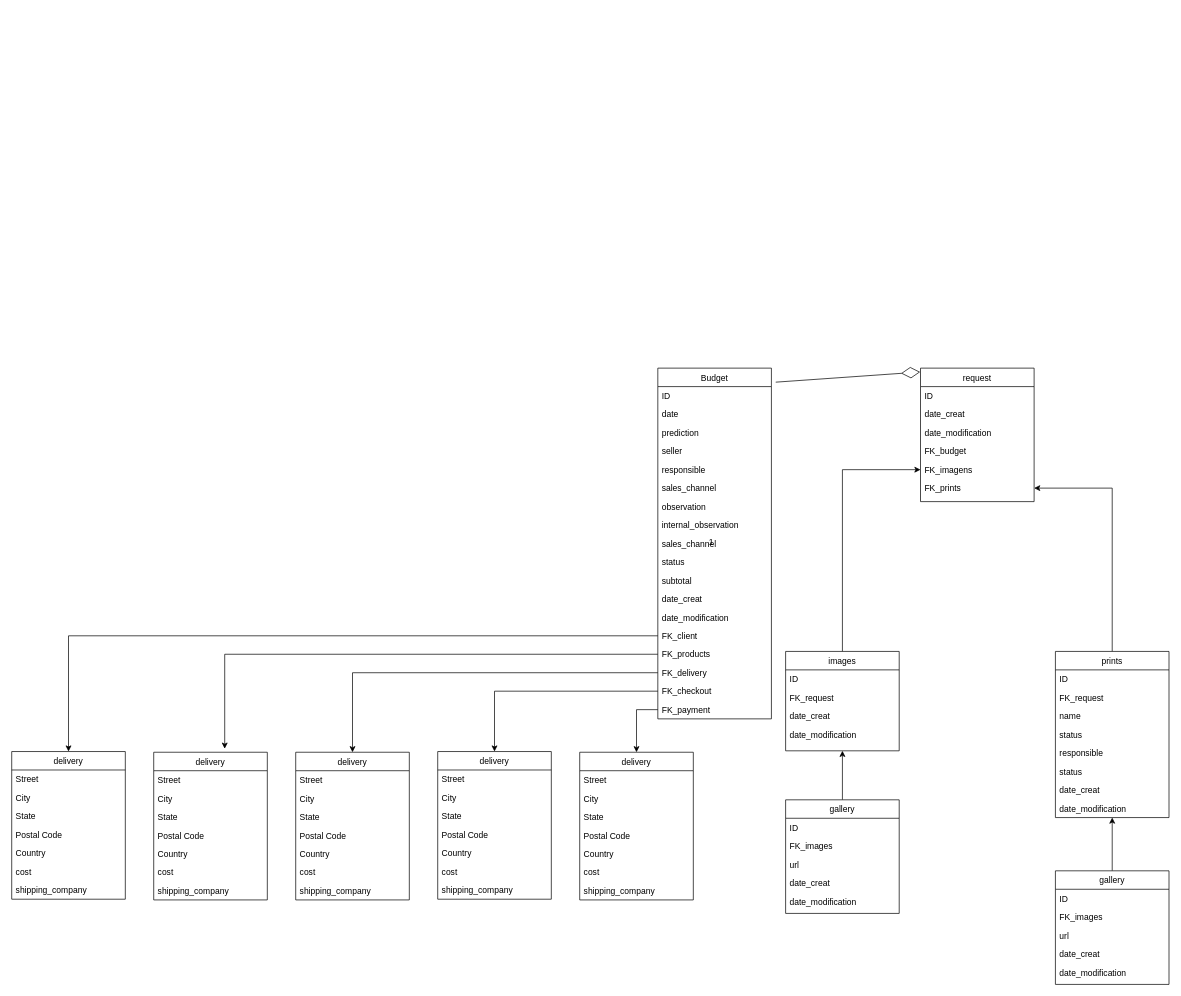
Earlier version of the draw.io diagram Diagrama sem nome.drawio (Ninguem2k/Aula-platica-POO-JAVA). Source tidied: cells renumbered, new cells numbered last; positions are measured from the earlier drawing's top-left corner, leaving out a move shared by most shapes. Both pictures are drawn from the tidied source at 71%, with x=0, y=0 at pixel (11, 368).
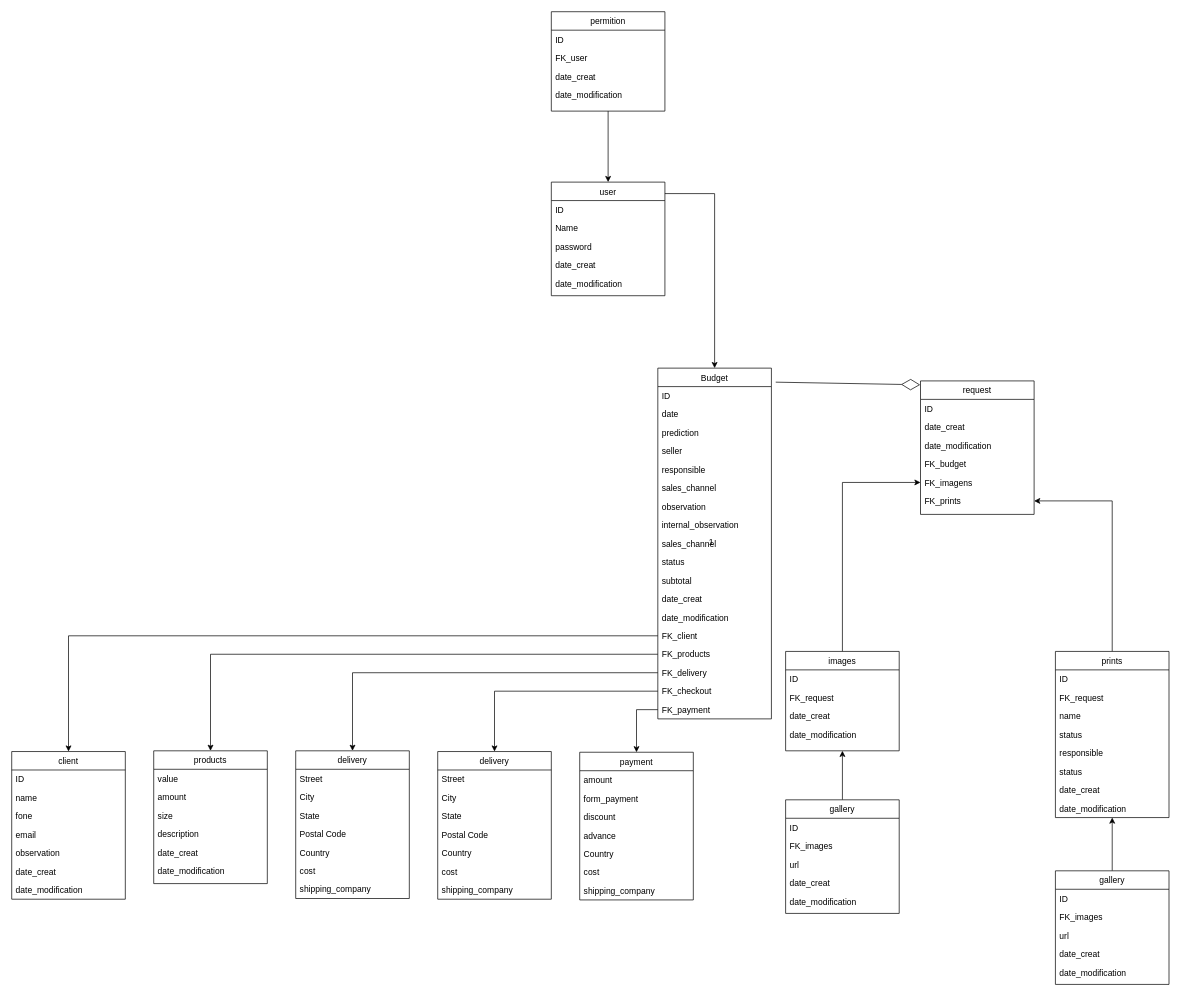
After the change.

Unchanged cells that the change refers to:
```xml
<mxCell id="10" value="Budget" style="swimlane;fontStyle=0;align=center;verticalAlign=top;horizontal=1;startSize=26;rounded=0;shadow=0;strokeWidth=1;" parent="1" vertex="1">
  <mxGeometry x="910" width="160" height="494" as="geometry" />
</mxCell>
<mxCell id="25" value="FK_products" style="text;align=left;verticalAlign=top;spacingLeft=4;spacingRight=4;overflow=hidden;points=[[0,0.5],[1,0.5]];portConstraint=eastwest;rounded=0;shadow=0;html=0;" parent="10" vertex="1">
  <mxGeometry y="390" width="160" height="26" as="geometry" />
</mxCell>
<mxCell id="26" value="FK_delivery" style="text;align=left;verticalAlign=top;spacingLeft=4;spacingRight=4;overflow=hidden;points=[[0,0.5],[1,0.5]];portConstraint=eastwest;rounded=0;shadow=0;html=0;" parent="10" vertex="1">
  <mxGeometry y="416" width="160" height="26" as="geometry" />
</mxCell>
```

Diff of the diagram source:
```diff
@@
-    <mxCell id="36" value="delivery" style="swimlane;fontStyle=0;align=center;verticalAlign=top;horizontal=1;startSize=26;rounded=0;shadow=0;strokeWidth=1;" parent="1" vertex="1">
-      <mxGeometry x="400" y="541" width="160" height="208" as="geometry" />
+    <mxCell id="36" value="products" style="swimlane;fontStyle=0;align=center;verticalAlign=top;horizontal=1;startSize=26;rounded=0;shadow=0;strokeWidth=1;" parent="1" vertex="1">
+      <mxGeometry x="200" y="539" width="160" height="187" as="geometry" />
     </mxCell>
-    <mxCell id="37" value="Street" style="text;align=left;verticalAlign=top;spacingLeft=4;spacingRight=4;overflow=hidden;" parent="36" vertex="1">
-      <mxGeometry y="26" width="160" height="26" as="geometry" />
-    </mxCell>
-    <mxCell id="38" value="City" style="text;align=left;verticalAlign=top;spacingLeft=4;spacingRight=4;overflow=hidden;rounded=0;shadow=0;html=0;" parent="36" vertex="1">
-      <mxGeometry y="52" width="160" height="26" as="geometry" />
+    <mxCell id="38" value="value" style="text;align=left;verticalAlign=top;spacingLeft=4;spacingRight=4;overflow=hidden;rounded=0;shadow=0;html=0;" parent="36" vertex="1">
+      <mxGeometry y="26" width="160" height="26" as="geometry" />
     </mxCell>
-    <mxCell id="39" value="State" style="text;align=left;verticalAlign=top;spacingLeft=4;spacingRight=4;overflow=hidden;rounded=0;shadow=0;html=0;" parent="36" vertex="1">
-      <mxGeometry y="78" width="160" height="26" as="geometry" />
+    <mxCell id="39" value="amount" style="text;align=left;verticalAlign=top;spacingLeft=4;spacingRight=4;overflow=hidden;rounded=0;shadow=0;html=0;" parent="36" vertex="1">
+      <mxGeometry y="52" width="160" height="26" as="geometry" />
     </mxCell>
-    <mxCell id="40" value="Postal Code" style="text;align=left;verticalAlign=top;spacingLeft=4;spacingRight=4;overflow=hidden;rounded=0;shadow=0;html=0;" parent="36" vertex="1">
-      <mxGeometry y="104" width="160" height="26" as="geometry" />
+    <mxCell id="40" value="size" style="text;align=left;verticalAlign=top;spacingLeft=4;spacingRight=4;overflow=hidden;rounded=0;shadow=0;html=0;" parent="36" vertex="1">
+      <mxGeometry y="78" width="160" height="26" as="geometry" />
     </mxCell>
-    <mxCell id="41" value="Country" style="text;align=left;verticalAlign=top;spacingLeft=4;spacingRight=4;overflow=hidden;rounded=0;shadow=0;html=0;" parent="36" vertex="1">
-      <mxGeometry y="130" width="160" height="26" as="geometry" />
-    </mxCell>
-    <mxCell id="42" value="cost&#10;" style="text;align=left;verticalAlign=top;spacingLeft=4;spacingRight=4;overflow=hidden;rounded=0;shadow=0;html=0;" parent="36" vertex="1">
-      <mxGeometry y="156" width="160" height="26" as="geometry" />
-    </mxCell>
-    <mxCell id="43" value="shipping_company" style="text;align=left;verticalAlign=top;spacingLeft=4;spacingRight=4;overflow=hidden;rounded=0;shadow=0;html=0;" parent="36" vertex="1">
-      <mxGeometry y="182" width="160" height="26" as="geometry" />
-    </mxCell>
+    <mxCell id="37" value="description" style="text;align=left;verticalAlign=top;spacingLeft=4;spacingRight=4;overflow=hidden;" parent="36" vertex="1">
+      <mxGeometry y="104" width="160" height="26" as="geometry" />
+    </mxCell>
+    <mxCell id="105" value="date_creat" style="text;align=left;verticalAlign=top;spacingLeft=4;spacingRight=4;overflow=hidden;rounded=0;shadow=0;html=0;" parent="36" vertex="1">
+      <mxGeometry y="130" width="160" height="26" as="geometry" />
+    </mxCell>
+    <mxCell id="106" value="date_modification" style="text;align=left;verticalAlign=top;spacingLeft=4;spacingRight=4;overflow=hidden;rounded=0;shadow=0;html=0;" parent="36" vertex="1">
+      <mxGeometry y="156" width="160" height="26" as="geometry" />
+    </mxCell>
-    <mxCell id="44" style="edgeStyle=orthogonalEdgeStyle;rounded=0;jettySize=auto;html=1;" parent="1" edge="1" source="26" target="36">
+    <mxCell id="44" style="edgeStyle=orthogonalEdgeStyle;rounded=0;jettySize=auto;html=1;entryX=0.5;entryY=0;entryDx=0;entryDy=0;" parent="1" edge="1" source="26" target="52">
       <mxGeometry relative="1" as="geometry" />
     </mxCell>
     <mxCell id="45" value="request&#10;" style="swimlane;fontStyle=0;align=center;verticalAlign=top;horizontal=1;startSize=26;rounded=0;shadow=0;strokeWidth=1;" parent="1" vertex="1">
-      <mxGeometry x="1280" width="160" height="188" as="geometry" />
+      <mxGeometry x="1280" y="18" width="160" height="188" as="geometry" />
     </mxCell>
@@
     <mxCell id="52" value="delivery" style="swimlane;fontStyle=0;align=center;verticalAlign=top;horizontal=1;startSize=26;rounded=0;shadow=0;strokeWidth=1;" parent="1" vertex="1">
-      <mxGeometry x="200" y="541" width="160" height="208" as="geometry" />
+      <mxGeometry x="400" y="539" width="160" height="208" as="geometry" />
     </mxCell>
@@
-    <mxCell id="68" value="delivery" style="swimlane;fontStyle=0;align=center;verticalAlign=top;horizontal=1;startSize=26;rounded=0;shadow=0;strokeWidth=1;" parent="1" vertex="1">
+    <mxCell id="68" value="payment" style="swimlane;fontStyle=0;align=center;verticalAlign=top;horizontal=1;startSize=26;rounded=0;shadow=0;strokeWidth=1;" parent="1" vertex="1">
       <mxGeometry x="800" y="541" width="160" height="208" as="geometry" />
     </mxCell>
-    <mxCell id="69" value="Street" style="text;align=left;verticalAlign=top;spacingLeft=4;spacingRight=4;overflow=hidden;" parent="68" vertex="1">
+    <mxCell id="69" value="amount" style="text;align=left;verticalAlign=top;spacingLeft=4;spacingRight=4;overflow=hidden;" parent="68" vertex="1">
       <mxGeometry y="26" width="160" height="26" as="geometry" />
     </mxCell>
-    <mxCell id="70" value="City" style="text;align=left;verticalAlign=top;spacingLeft=4;spacingRight=4;overflow=hidden;rounded=0;shadow=0;html=0;" parent="68" vertex="1">
+    <mxCell id="70" value="form_payment" style="text;align=left;verticalAlign=top;spacingLeft=4;spacingRight=4;overflow=hidden;rounded=0;shadow=0;html=0;" parent="68" vertex="1">
       <mxGeometry y="52" width="160" height="26" as="geometry" />
     </mxCell>
-    <mxCell id="71" value="State" style="text;align=left;verticalAlign=top;spacingLeft=4;spacingRight=4;overflow=hidden;rounded=0;shadow=0;html=0;" parent="68" vertex="1">
+    <mxCell id="71" value="discount" style="text;align=left;verticalAlign=top;spacingLeft=4;spacingRight=4;overflow=hidden;rounded=0;shadow=0;html=0;" parent="68" vertex="1">
       <mxGeometry y="78" width="160" height="26" as="geometry" />
     </mxCell>
-    <mxCell id="72" value="Postal Code" style="text;align=left;verticalAlign=top;spacingLeft=4;spacingRight=4;overflow=hidden;rounded=0;shadow=0;html=0;" parent="68" vertex="1">
+    <mxCell id="72" value="advance" style="text;align=left;verticalAlign=top;spacingLeft=4;spacingRight=4;overflow=hidden;rounded=0;shadow=0;html=0;" parent="68" vertex="1">
       <mxGeometry y="104" width="160" height="26" as="geometry" />
     </mxCell>
@@
-    <mxCell id="78" style="edgeStyle=orthogonalEdgeStyle;rounded=0;jettySize=auto;html=1;entryX=0.625;entryY=-0.024;entryDx=0;entryDy=0;entryPerimeter=0;" parent="1" edge="1" source="25" target="52">
+    <mxCell id="78" style="edgeStyle=orthogonalEdgeStyle;rounded=0;jettySize=auto;html=1;entryX=0.5;entryY=0;entryDx=0;entryDy=0;" parent="1" edge="1" source="25" target="36">
       <mxGeometry relative="1" as="geometry" />
     </mxCell>
@@
-    <mxCell id="80" value="delivery" style="swimlane;fontStyle=0;align=center;verticalAlign=top;horizontal=1;startSize=26;rounded=0;shadow=0;strokeWidth=1;" parent="1" vertex="1">
+    <mxCell id="80" value="client" style="swimlane;fontStyle=0;align=center;verticalAlign=top;horizontal=1;startSize=26;rounded=0;shadow=0;strokeWidth=1;" parent="1" vertex="1">
       <mxGeometry y="540" width="160" height="208" as="geometry" />
     </mxCell>
+    <mxCell id="84" value="ID" style="text;align=left;verticalAlign=top;spacingLeft=4;spacingRight=4;overflow=hidden;rounded=0;shadow=0;html=0;" parent="80" vertex="1">
+      <mxGeometry y="26" width="160" height="26" as="geometry" />
+    </mxCell>
-    <mxCell id="81" value="Street" style="text;align=left;verticalAlign=top;spacingLeft=4;spacingRight=4;overflow=hidden;" parent="80" vertex="1">
-      <mxGeometry y="26" width="160" height="26" as="geometry" />
+    <mxCell id="81" value="name" style="text;align=left;verticalAlign=top;spacingLeft=4;spacingRight=4;overflow=hidden;" parent="80" vertex="1">
+      <mxGeometry y="52" width="160" height="26" as="geometry" />
     </mxCell>
-    <mxCell id="82" value="City" style="text;align=left;verticalAlign=top;spacingLeft=4;spacingRight=4;overflow=hidden;rounded=0;shadow=0;html=0;" parent="80" vertex="1">
-      <mxGeometry y="52" width="160" height="26" as="geometry" />
+    <mxCell id="82" value="fone" style="text;align=left;verticalAlign=top;spacingLeft=4;spacingRight=4;overflow=hidden;rounded=0;shadow=0;html=0;" parent="80" vertex="1">
+      <mxGeometry y="78" width="160" height="26" as="geometry" />
     </mxCell>
-    <mxCell id="83" value="State" style="text;align=left;verticalAlign=top;spacingLeft=4;spacingRight=4;overflow=hidden;rounded=0;shadow=0;html=0;" parent="80" vertex="1">
-      <mxGeometry y="78" width="160" height="26" as="geometry" />
+    <mxCell id="83" value="email" style="text;align=left;verticalAlign=top;spacingLeft=4;spacingRight=4;overflow=hidden;rounded=0;shadow=0;html=0;" parent="80" vertex="1">
+      <mxGeometry y="104" width="160" height="26" as="geometry" />
     </mxCell>
-    <mxCell id="84" value="Postal Code" style="text;align=left;verticalAlign=top;spacingLeft=4;spacingRight=4;overflow=hidden;rounded=0;shadow=0;html=0;" parent="80" vertex="1">
-      <mxGeometry y="104" width="160" height="26" as="geometry" />
-    </mxCell>
-    <mxCell id="85" value="Country" style="text;align=left;verticalAlign=top;spacingLeft=4;spacingRight=4;overflow=hidden;rounded=0;shadow=0;html=0;" parent="80" vertex="1">
-      <mxGeometry y="130" width="160" height="26" as="geometry" />
-    </mxCell>
-    <mxCell id="86" value="cost&#10;" style="text;align=left;verticalAlign=top;spacingLeft=4;spacingRight=4;overflow=hidden;rounded=0;shadow=0;html=0;" parent="80" vertex="1">
-      <mxGeometry y="156" width="160" height="26" as="geometry" />
-    </mxCell>
-    <mxCell id="87" value="shipping_company" style="text;align=left;verticalAlign=top;spacingLeft=4;spacingRight=4;overflow=hidden;rounded=0;shadow=0;html=0;" parent="80" vertex="1">
-      <mxGeometry y="182" width="160" height="26" as="geometry" />
-    </mxCell>
+    <mxCell id="107" value="observation" style="text;align=left;verticalAlign=top;spacingLeft=4;spacingRight=4;overflow=hidden;rounded=0;shadow=0;html=0;" parent="80" vertex="1">
+      <mxGeometry y="130" width="160" height="26" as="geometry" />
+    </mxCell>
+    <mxCell id="108" value="date_creat" style="text;align=left;verticalAlign=top;spacingLeft=4;spacingRight=4;overflow=hidden;rounded=0;shadow=0;html=0;" parent="80" vertex="1">
+      <mxGeometry y="156" width="160" height="26" as="geometry" />
+    </mxCell>
+    <mxCell id="109" value="date_modification" style="text;align=left;verticalAlign=top;spacingLeft=4;spacingRight=4;overflow=hidden;rounded=0;shadow=0;html=0;" parent="80" vertex="1">
+      <mxGeometry y="182" width="160" height="26" as="geometry" />
+    </mxCell>
@@
+    <mxCell id="110" style="edgeStyle=orthogonalEdgeStyle;rounded=0;jettySize=auto;html=1;exitX=0.994;exitY=0.101;exitDx=0;exitDy=0;entryX=0.5;entryY=0;entryDx=0;entryDy=0;exitPerimeter=0;" parent="1" edge="1" source="111" target="10">
+      <mxGeometry relative="1" as="geometry" />
+    </mxCell>
+    <mxCell id="111" value="user&#10;" style="swimlane;fontStyle=0;align=center;verticalAlign=top;horizontal=1;startSize=26;rounded=0;shadow=0;strokeWidth=1;" parent="1" vertex="1">
+      <mxGeometry x="760" y="-262" width="160" height="160" as="geometry" />
+    </mxCell>
+    <mxCell id="112" value="ID" style="text;align=left;verticalAlign=top;spacingLeft=4;spacingRight=4;overflow=hidden;" parent="111" vertex="1">
+      <mxGeometry y="26" width="160" height="26" as="geometry" />
+    </mxCell>
+    <mxCell id="113" value="Name" style="text;align=left;verticalAlign=top;spacingLeft=4;spacingRight=4;overflow=hidden;" parent="111" vertex="1">
+      <mxGeometry y="52" width="160" height="26" as="geometry" />
+    </mxCell>
+    <mxCell id="114" value="password" style="text;align=left;verticalAlign=top;spacingLeft=4;spacingRight=4;overflow=hidden;" parent="111" vertex="1">
+      <mxGeometry y="78" width="160" height="26" as="geometry" />
+    </mxCell>
+    <mxCell id="115" value="date_creat" style="text;align=left;verticalAlign=top;spacingLeft=4;spacingRight=4;overflow=hidden;rounded=0;shadow=0;html=0;" parent="111" vertex="1">
+      <mxGeometry y="104" width="160" height="26" as="geometry" />
+    </mxCell>
+    <mxCell id="116" value="date_modification" style="text;align=left;verticalAlign=top;spacingLeft=4;spacingRight=4;overflow=hidden;rounded=0;shadow=0;html=0;" parent="111" vertex="1">
+      <mxGeometry y="130" width="160" height="26" as="geometry" />
+    </mxCell>
+    <mxCell id="117" style="edgeStyle=orthogonalEdgeStyle;rounded=0;jettySize=auto;html=1;" parent="1" edge="1" source="118" target="111">
+      <mxGeometry relative="1" as="geometry" />
+    </mxCell>
+    <mxCell id="118" value="permition" style="swimlane;fontStyle=0;align=center;verticalAlign=top;horizontal=1;startSize=26;rounded=0;shadow=0;strokeWidth=1;" parent="1" vertex="1">
+      <mxGeometry x="760" y="-502" width="160" height="140" as="geometry" />
+    </mxCell>
+    <mxCell id="119" value="ID" style="text;align=left;verticalAlign=top;spacingLeft=4;spacingRight=4;overflow=hidden;" parent="118" vertex="1">
+      <mxGeometry y="26" width="160" height="26" as="geometry" />
+    </mxCell>
+    <mxCell id="120" value="FK_user" style="text;align=left;verticalAlign=top;spacingLeft=4;spacingRight=4;overflow=hidden;rounded=0;shadow=0;html=0;" parent="118" vertex="1">
+      <mxGeometry y="52" width="160" height="26" as="geometry" />
+    </mxCell>
+    <mxCell id="121" value="date_creat" style="text;align=left;verticalAlign=top;spacingLeft=4;spacingRight=4;overflow=hidden;rounded=0;shadow=0;html=0;" parent="118" vertex="1">
+      <mxGeometry y="78" width="160" height="26" as="geometry" />
+    </mxCell>
+    <mxCell id="122" value="date_modification" style="text;align=left;verticalAlign=top;spacingLeft=4;spacingRight=4;overflow=hidden;rounded=0;shadow=0;html=0;" parent="118" vertex="1">
+      <mxGeometry y="104" width="160" height="26" as="geometry" />
+    </mxCell>
```
